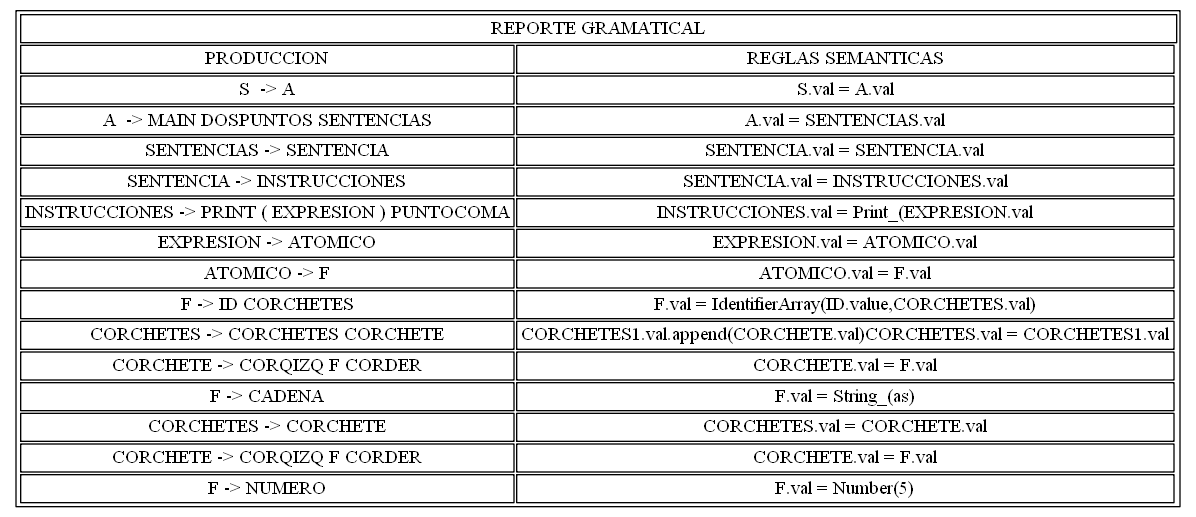
The Graphviz diagram reports/gramaticalReport.png in PabloOsuna1997/Proyecto_Augus, before a commit. Its source is kept beside it as reports/gramaticalReport.dot. The source it was exported from:
```dot
digraph H { parent [ shape=plaintext label=< <table border='1' cellborder='1'>
<tr><td colspan="3">REPORTE GRAMATICAL</td></tr>
<tr><td port='port_one'>PRODUCCION</td><td port='port_two'>REGLAS SEMANTICAS</td></tr>
<tr><td port='port_one'>S  -&gt; A</td><td port='port_two'>S.val = A.val</td></tr>
<tr><td port='port_one'>A  -&gt; MAIN DOSPUNTOS SENTENCIAS</td><td port='port_two'>A.val = SENTENCIAS.val</td></tr>
<tr><td port='port_one'>SENTENCIAS -&gt; SENTENCIA</td><td port='port_two'>SENTENCIA.val = SENTENCIA.val</td></tr>
<tr><td port='port_one'>SENTENCIA -&gt; INSTRUCCIONES</td><td port='port_two'>SENTENCIA.val = INSTRUCCIONES.val</td></tr>
<tr><td port='port_one'>INSTRUCCIONES -&gt; PRINT ( EXPRESION ) PUNTOCOMA</td><td port='port_two'>INSTRUCCIONES.val = Print_(EXPRESION.val</td></tr>
<tr><td port='port_one'>EXPRESION -&gt; ATOMICO</td><td port='port_two'>EXPRESION.val = ATOMICO.val</td></tr>
<tr><td port='port_one'>ATOMICO -&gt; F</td><td port='port_two'>ATOMICO.val = F.val</td></tr>
<tr><td port='port_one'>F -&gt; ID CORCHETES</td><td port='port_two'>F.val = IdentifierArray(ID.value,CORCHETES.val)</td></tr>
<tr><td port='port_one'>CORCHETES -&gt; CORCHETES CORCHETE</td><td port='port_two'>CORCHETES1.val.append(CORCHETE.val)
CORCHETES.val = CORCHETES1.val</td></tr>
<tr><td port='port_one'>CORCHETE -&gt; CORQIZQ F CORDER</td><td port='port_two'>CORCHETE.val = F.val</td></tr>
<tr><td port='port_one'>F -&gt; CADENA</td><td port='port_two'>F.val = String_(as)</td></tr>
<tr><td port='port_one'>CORCHETES -&gt; CORCHETE</td><td port='port_two'>CORCHETES.val = CORCHETE.val</td></tr>
<tr><td port='port_one'>CORCHETE -&gt; CORQIZQ F CORDER</td><td port='port_two'>CORCHETE.val = F.val</td></tr>
<tr><td port='port_one'>F -&gt; NUMERO</td><td port='port_two'>F.val = Number(5)</td></tr>
</table> >];
}
```
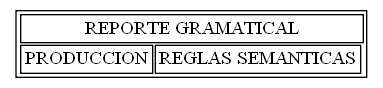
After the change.

Change to the diagram source:
```diff
@@ -1,20 +1,5 @@
 digraph H { parent [ shape=plaintext label=< <table border='1' cellborder='1'>
 <tr><td colspan="3">REPORTE GRAMATICAL</td></tr>
 <tr><td port='port_one'>PRODUCCION</td><td port='port_two'>REGLAS SEMANTICAS</td></tr>
-<tr><td port='port_one'>S  -&gt; A</td><td port='port_two'>S.val = A.val</td></tr>
-<tr><td port='port_one'>A  -&gt; MAIN DOSPUNTOS SENTENCIAS</td><td port='port_two'>A.val = SENTENCIAS.val</td></tr>
-<tr><td port='port_one'>SENTENCIAS -&gt; SENTENCIA</td><td port='port_two'>SENTENCIA.val = SENTENCIA.val</td></tr>
-<tr><td port='port_one'>SENTENCIA -&gt; INSTRUCCIONES</td><td port='port_two'>SENTENCIA.val = INSTRUCCIONES.val</td></tr>
-<tr><td port='port_one'>INSTRUCCIONES -&gt; PRINT ( EXPRESION ) PUNTOCOMA</td><td port='port_two'>INSTRUCCIONES.val = Print_(EXPRESION.val</td></tr>
-<tr><td port='port_one'>EXPRESION -&gt; ATOMICO</td><td port='port_two'>EXPRESION.val = ATOMICO.val</td></tr>
-<tr><td port='port_one'>ATOMICO -&gt; F</td><td port='port_two'>ATOMICO.val = F.val</td></tr>
-<tr><td port='port_one'>F -&gt; ID CORCHETES</td><td port='port_two'>F.val = IdentifierArray(ID.value,CORCHETES.val)</td></tr>
-<tr><td port='port_one'>CORCHETES -&gt; CORCHETES CORCHETE</td><td port='port_two'>CORCHETES1.val.append(CORCHETE.val)
-CORCHETES.val = CORCHETES1.val</td></tr>
-<tr><td port='port_one'>CORCHETE -&gt; CORQIZQ F CORDER</td><td port='port_two'>CORCHETE.val = F.val</td></tr>
-<tr><td port='port_one'>F -&gt; CADENA</td><td port='port_two'>F.val = String_(as)</td></tr>
-<tr><td port='port_one'>CORCHETES -&gt; CORCHETE</td><td port='port_two'>CORCHETES.val = CORCHETE.val</td></tr>
-<tr><td port='port_one'>CORCHETE -&gt; CORQIZQ F CORDER</td><td port='port_two'>CORCHETE.val = F.val</td></tr>
-<tr><td port='port_one'>F -&gt; NUMERO</td><td port='port_two'>F.val = Number(5)</td></tr>
 </table> >];
 }
```
